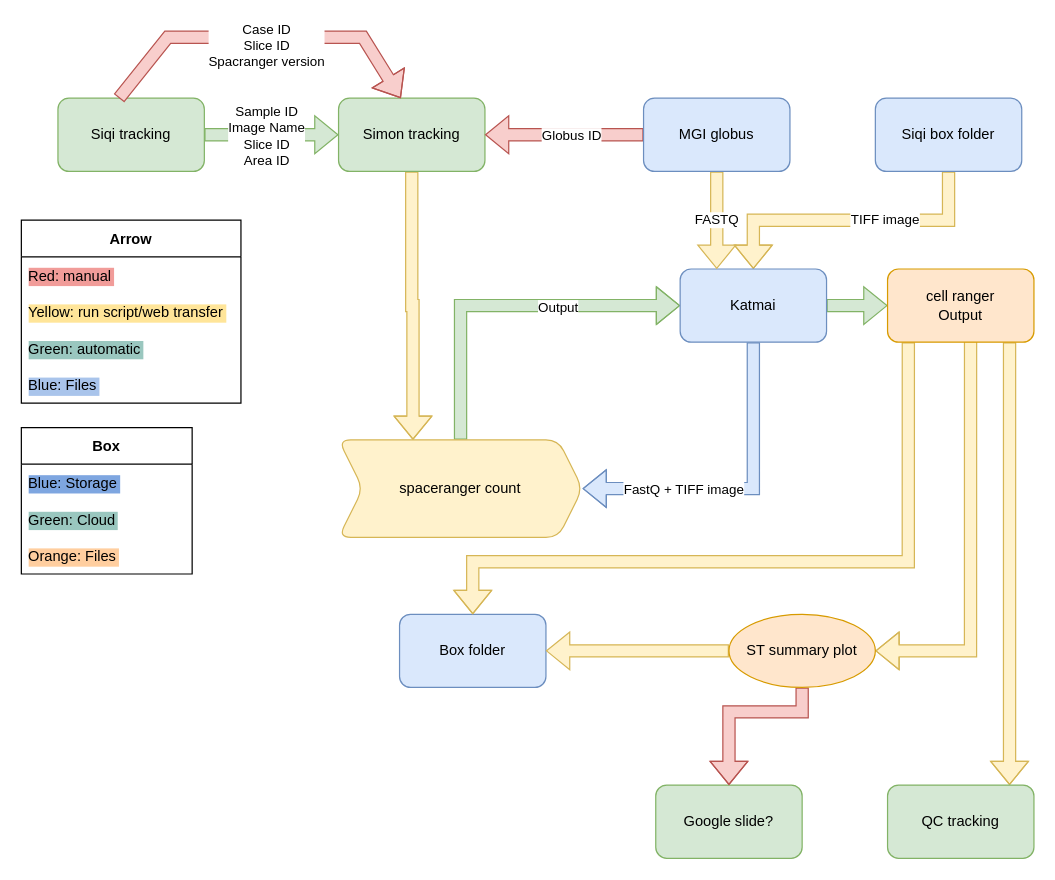
This is DingLab Visium ST pipeline.drawio from simoncmo/simoncmo, a draw.io file, before an edit. Source tidied: cells renumbered, new cells numbered last; positions are measured from the earlier drawing's top-left corner, leaving out a move shared by most shapes. Both pictures are drawn from the tidied source at 122%, with x=0, y=0 at pixel (21, 37).
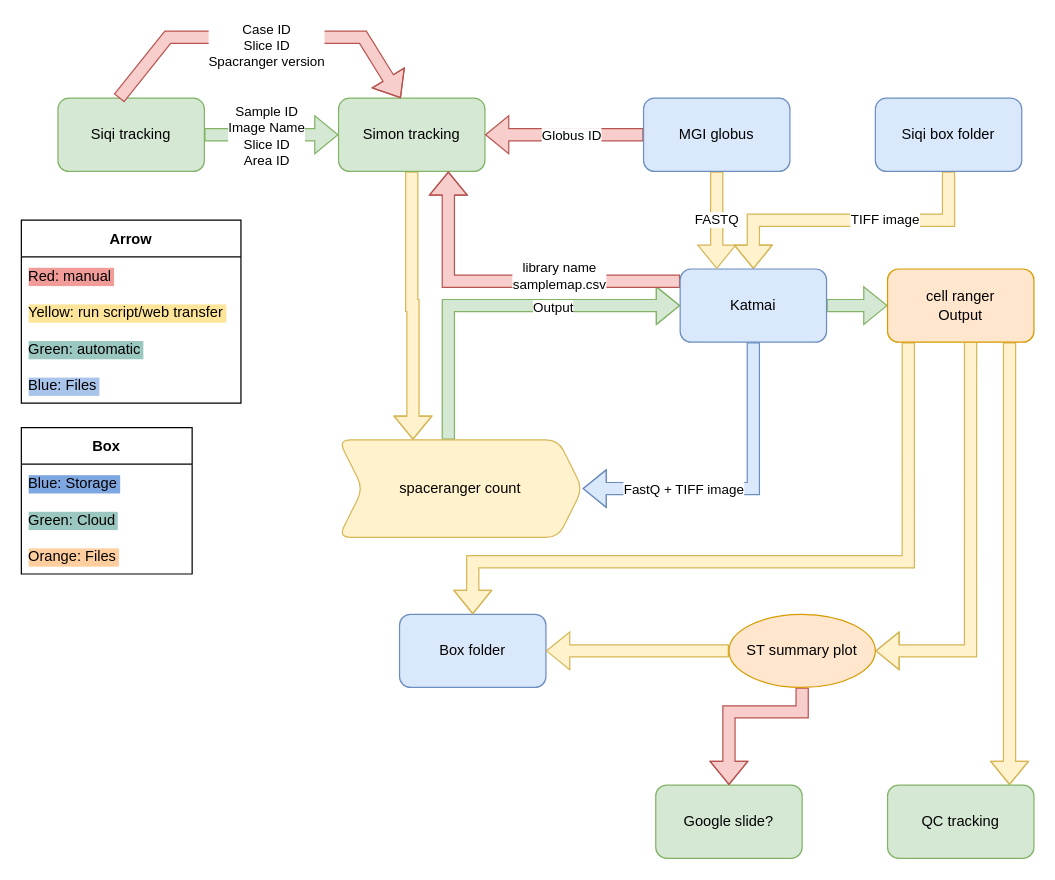
The same page after the edit.

The change refers to these unchanged cells:
```xml
<mxCell id="6" value="Simon tracking" style="whiteSpace=wrap;html=1;rounded=1;fillColor=#d5e8d4;strokeColor=#82b366;" parent="1" vertex="1">
  <mxGeometry x="260" y="50" width="120" height="60" as="geometry" />
</mxCell>
<mxCell id="9" value="spaceranger count" style="shape=step;perimeter=stepPerimeter;whiteSpace=wrap;html=1;fixedSize=1;rounded=1;fillColor=#fff2cc;strokeColor=#d6b656;" parent="1" vertex="1">
  <mxGeometry x="260" y="330" width="200" height="80" as="geometry" />
</mxCell>
<mxCell id="15" value="Katmai" style="whiteSpace=wrap;html=1;rounded=1;fillColor=#dae8fc;strokeColor=#6c8ebf;" parent="1" vertex="1">
  <mxGeometry x="540" y="190" width="120" height="60" as="geometry" />
</mxCell>
```

The edit, as a diff of the source:
```diff
@@
     <mxCell id="7" style="edgeStyle=orthogonalEdgeStyle;shape=flexArrow;curved=1;rounded=0;jettySize=auto;html=1;entryX=0;entryY=0.5;entryDx=0;entryDy=0;strokeColor=#82b366;fillColor=#d5e8d4;" parent="1" edge="1" source="9" target="15">
       <mxGeometry relative="1" as="geometry">
         <Array as="points">
-          <mxPoint x="360" y="220" />
+          <mxPoint x="350" y="220" />
         </Array>
       </mxGeometry>
     </mxCell>
@@
+    <mxCell id="41" style="edgeStyle=orthogonalEdgeStyle;rounded=0;jettySize=auto;html=1;entryX=0.75;entryY=1;entryDx=0;entryDy=0;shape=flexArrow;fillColor=#f8cecc;strokeColor=#b85450;" parent="1" edge="1" source="15" target="6">
+      <mxGeometry relative="1" as="geometry">
+        <Array as="points">
+          <mxPoint x="350" y="200" />
+        </Array>
+      </mxGeometry>
+    </mxCell>
+    <mxCell id="42" value="library name&lt;br&gt;samplemap.csv" style="edgeLabel;html=1;align=center;verticalAlign=middle;" parent="41" vertex="1">
+      <mxGeometry x="-0.42" y="2" relative="1" as="geometry">
+        <mxPoint x="-19" y="-7" as="offset" />
+      </mxGeometry>
+    </mxCell>
```
